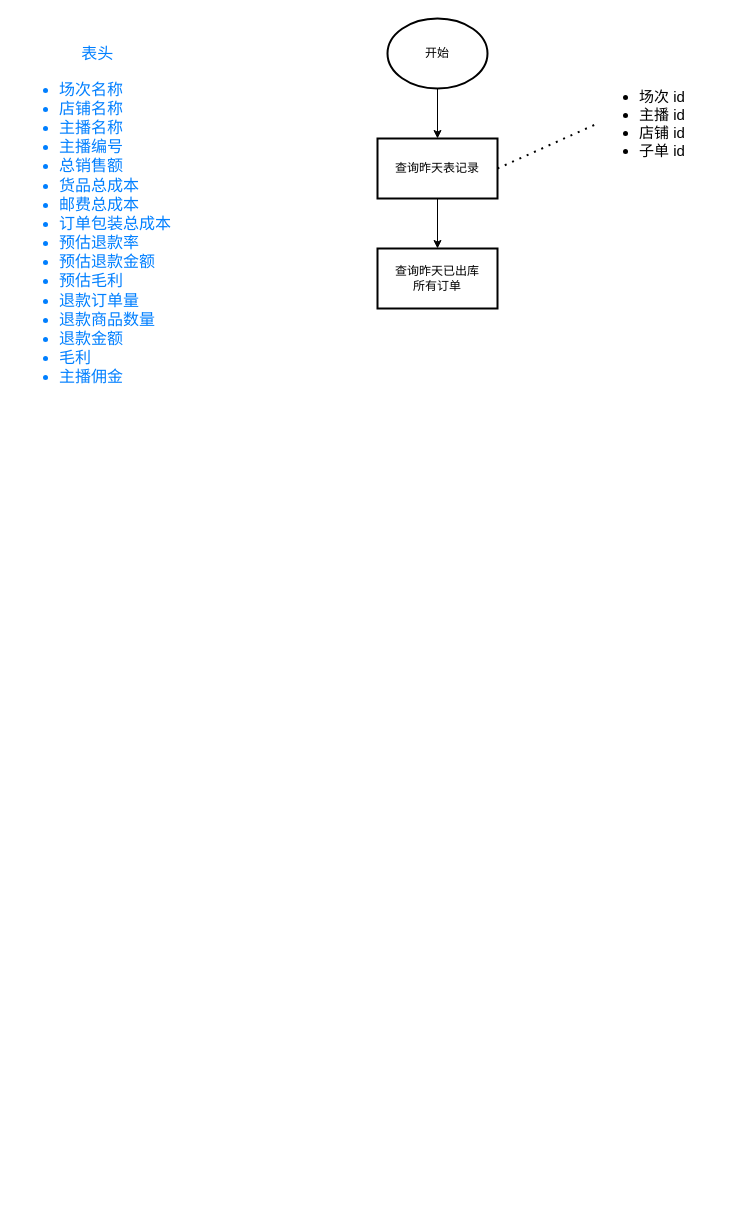
This is 绩效统计.drawio from letmesayok/MdPic, a draw.io file, before an edit. Source tidied: cells renumbered, new cells numbered last; positions are measured from the earlier drawing's top-left corner, leaving out a move shared by most shapes. Both pictures are drawn from the tidied source at 100%, with x=0, y=0 at pixel (17, 18).
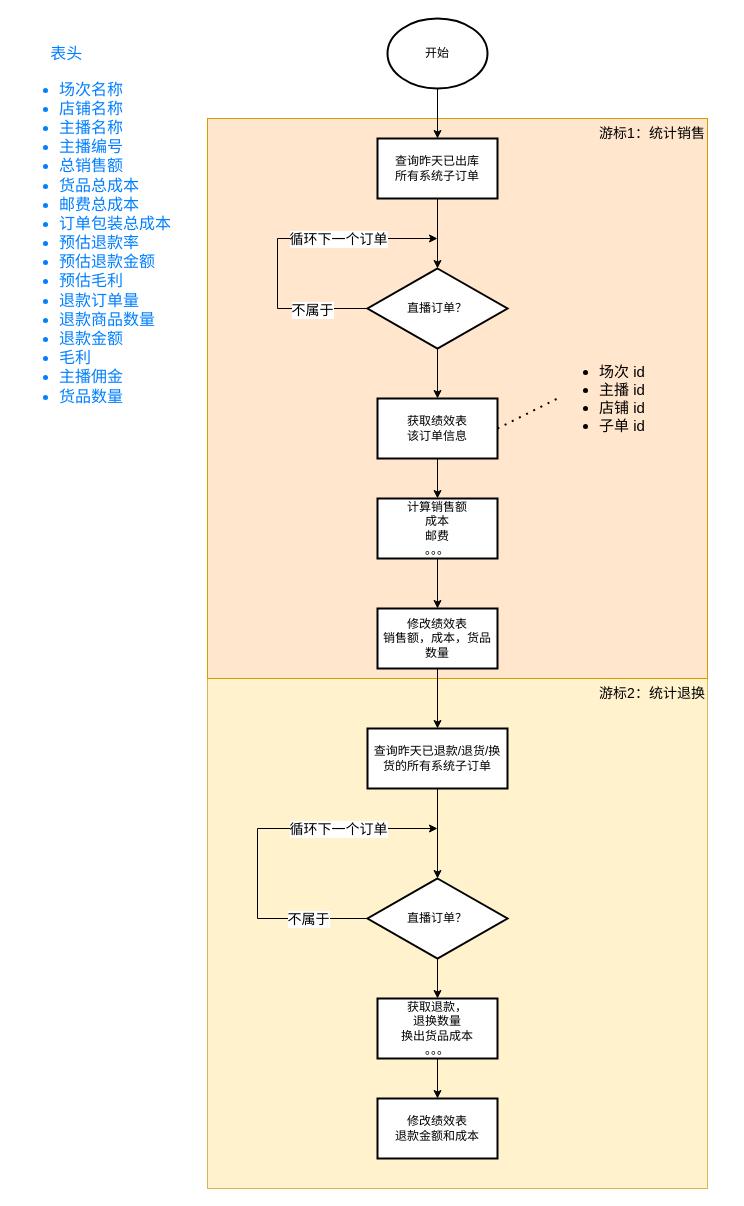
The same diagram, later.

Commit message:
更新绩效统计.drawio

Unchanged cells that the change refers to:
```xml
<mxCell id="3" value="开始" style="strokeWidth=2;html=1;shape=mxgraph.flowchart.start_2;whiteSpace=wrap;" parent="1" vertex="1">
  <mxGeometry x="370" width="100" height="70" as="geometry" />
</mxCell>
```

What changed in the source:
```diff
@@
-    <mxCell id="2" style="edgeStyle=orthogonalEdgeStyle;rounded=0;jettySize=auto;html=1;" parent="1" edge="1" source="3" target="5">
-      <mxGeometry relative="1" as="geometry" />
-    </mxCell>
+    <mxCell id="10" style="whiteSpace=wrap;html=1;labelBackgroundColor=none;fontSize=14;fillColor=#fff2cc;strokeColor=#d6b656;" parent="1" vertex="1">
+      <mxGeometry x="190" y="660" width="500" height="510" as="geometry" />
+    </mxCell>
+    <mxCell id="11" style="whiteSpace=wrap;html=1;labelBackgroundColor=none;fontSize=14;fillColor=#ffe6cc;strokeColor=#d79b00;" parent="1" vertex="1">
+      <mxGeometry x="190" y="100" width="500" height="560" as="geometry" />
+    </mxCell>
+    <mxCell id="12" style="edgeStyle=orthogonalEdgeStyle;rounded=0;jettySize=auto;html=1;fontSize=16;fontColor=#007FFF;" parent="1" edge="1" source="3" target="9">
+      <mxGeometry relative="1" as="geometry" />
+    </mxCell>
@@
-    <mxCell id="4" style="edgeStyle=orthogonalEdgeStyle;rounded=0;jettySize=auto;html=1;fontSize=16;fontColor=#007FFF;" parent="1" edge="1" source="5" target="9">
-      <mxGeometry relative="1" as="geometry" />
-    </mxCell>
-    <mxCell id="5" value="查询昨天表记录" style="whiteSpace=wrap;html=1;strokeWidth=2;" parent="1" vertex="1">
-      <mxGeometry x="360" y="120" width="120" height="60" as="geometry" />
-    </mxCell>
     <mxCell id="6" value="&lt;ul style=&quot;font-size: 15px;&quot;&gt;&lt;li style=&quot;font-size: 15px;&quot;&gt;场次 id&lt;/li&gt;&lt;li style=&quot;font-size: 15px;&quot;&gt;主播 id&lt;/li&gt;&lt;li style=&quot;font-size: 15px;&quot;&gt;店铺 id&lt;/li&gt;&lt;li style=&quot;font-size: 15px;&quot;&gt;子单 id&lt;/li&gt;&lt;/ul&gt;" style="text;strokeColor=none;fillColor=none;html=1;whiteSpace=wrap;verticalAlign=middle;overflow=hidden;fontSize=15;" parent="1" vertex="1">
-      <mxGeometry x="580" y="50" width="130" height="110" as="geometry" />
+      <mxGeometry x="540" y="325" width="130" height="110" as="geometry" />
     </mxCell>
-    <mxCell id="7" style="endArrow=none;dashed=1;html=1;dashPattern=1 3;strokeWidth=2;rounded=0;fontSize=15;entryX=0;entryY=0.5;entryDx=0;entryDy=0;exitX=1;exitY=0.5;exitDx=0;exitDy=0;" parent="1" edge="1" source="5" target="6">
-      <mxGeometry relative="1" as="geometry" />
-    </mxCell>
-    <mxCell id="8" value="&lt;div style=&quot;font-size: 16px&quot;&gt;&lt;span style=&quot;white-space: pre ; font-size: 16px&quot;&gt;&#9;&lt;/span&gt;&lt;span style=&quot;white-space: pre ; font-size: 16px&quot;&gt;&#9;&lt;/span&gt;&lt;/div&gt;&lt;div style=&quot;font-size: 16px&quot;&gt;&lt;span style=&quot;white-space: pre&quot;&gt;&#9;&lt;/span&gt;&amp;nbsp; &amp;nbsp; &amp;nbsp; 表头&lt;/div&gt;&lt;ul style=&quot;font-size: 16px&quot;&gt;&lt;li style=&quot;font-size: 16px&quot;&gt;场次名称&lt;/li&gt;&lt;li style=&quot;font-size: 16px&quot;&gt;店铺名称&lt;/li&gt;&lt;li style=&quot;font-size: 16px&quot;&gt;主播名称&lt;/li&gt;&lt;li style=&quot;font-size: 16px&quot;&gt;主播编号&lt;/li&gt;&lt;li style=&quot;font-size: 16px&quot;&gt;总销售额&lt;/li&gt;&lt;li style=&quot;font-size: 16px&quot;&gt;货品总成本&lt;/li&gt;&lt;li style=&quot;font-size: 16px&quot;&gt;邮费总成本&lt;/li&gt;&lt;li style=&quot;font-size: 16px&quot;&gt;订单包装总成本&lt;/li&gt;&lt;li style=&quot;font-size: 16px&quot;&gt;预估退款率&lt;/li&gt;&lt;li style=&quot;font-size: 16px&quot;&gt;预估退款金额&lt;/li&gt;&lt;li style=&quot;font-size: 16px&quot;&gt;预估毛利&lt;/li&gt;&lt;li style=&quot;font-size: 16px&quot;&gt;退款订单量&lt;/li&gt;&lt;li style=&quot;font-size: 16px&quot;&gt;退款商品数量&lt;/li&gt;&lt;li style=&quot;font-size: 16px&quot;&gt;退款金额&lt;/li&gt;&lt;li style=&quot;font-size: 16px&quot;&gt;毛利&lt;/li&gt;&lt;li style=&quot;font-size: 16px&quot;&gt;主播佣金&lt;/li&gt;&lt;/ul&gt;&lt;div&gt;&lt;br&gt;&lt;/div&gt;" style="text;strokeColor=none;fillColor=none;html=1;whiteSpace=wrap;verticalAlign=middle;overflow=hidden;fontSize=16;fontColor=#007FFF;labelBackgroundColor=default;" parent="1" vertex="1">
+    <mxCell id="8" value="&lt;div style=&quot;font-size: 16px&quot;&gt;&lt;span style=&quot;white-space: pre ; font-size: 16px&quot;&gt; &lt;/span&gt;&lt;span style=&quot;white-space: pre ; font-size: 16px&quot;&gt; &lt;/span&gt;&lt;/div&gt;&lt;div style=&quot;font-size: 16px&quot;&gt;&lt;span style=&quot;white-space: pre&quot;&gt; &lt;/span&gt;&amp;nbsp; &amp;nbsp; &amp;nbsp; 表头&lt;/div&gt;&lt;ul style=&quot;font-size: 16px&quot;&gt;&lt;li style=&quot;font-size: 16px&quot;&gt;场次名称&lt;/li&gt;&lt;li style=&quot;font-size: 16px&quot;&gt;店铺名称&lt;/li&gt;&lt;li style=&quot;font-size: 16px&quot;&gt;主播名称&lt;/li&gt;&lt;li style=&quot;font-size: 16px&quot;&gt;主播编号&lt;/li&gt;&lt;li style=&quot;font-size: 16px&quot;&gt;总销售额&lt;/li&gt;&lt;li style=&quot;font-size: 16px&quot;&gt;货品总成本&lt;/li&gt;&lt;li style=&quot;font-size: 16px&quot;&gt;邮费总成本&lt;/li&gt;&lt;li style=&quot;font-size: 16px&quot;&gt;订单包装总成本&lt;/li&gt;&lt;li style=&quot;font-size: 16px&quot;&gt;预估退款率&lt;/li&gt;&lt;li style=&quot;font-size: 16px&quot;&gt;预估退款金额&lt;/li&gt;&lt;li style=&quot;font-size: 16px&quot;&gt;预估毛利&lt;/li&gt;&lt;li style=&quot;font-size: 16px&quot;&gt;退款订单量&lt;/li&gt;&lt;li style=&quot;font-size: 16px&quot;&gt;退款商品数量&lt;/li&gt;&lt;li style=&quot;font-size: 16px&quot;&gt;退款金额&lt;/li&gt;&lt;li style=&quot;font-size: 16px&quot;&gt;毛利&lt;/li&gt;&lt;li style=&quot;font-size: 16px&quot;&gt;主播佣金&lt;/li&gt;&lt;li style=&quot;font-size: 16px&quot;&gt;货品数量&lt;/li&gt;&lt;/ul&gt;" style="text;strokeColor=none;fillColor=none;html=1;whiteSpace=wrap;verticalAlign=middle;overflow=hidden;fontSize=16;fontColor=#007FFF;labelBackgroundColor=none;" parent="1" vertex="1">
       <mxGeometry width="160" height="410" as="geometry" />
     </mxCell>
+    <mxCell id="13" style="edgeStyle=orthogonalEdgeStyle;rounded=0;jettySize=auto;html=1;fontSize=16;fontColor=#007FFF;" parent="1" edge="1" source="9" target="18">
+      <mxGeometry relative="1" as="geometry" />
+    </mxCell>
-    <mxCell id="9" value="查询昨天已出库&lt;br&gt;所有订单" style="whiteSpace=wrap;html=1;strokeWidth=2;" parent="1" vertex="1">
-      <mxGeometry x="360" y="230" width="120" height="60" as="geometry" />
+    <mxCell id="9" value="查询昨天已出库&lt;br&gt;所有系统子订单" style="whiteSpace=wrap;html=1;strokeWidth=2;" parent="1" vertex="1">
+      <mxGeometry x="360" y="120" width="120" height="60" as="geometry" />
     </mxCell>
+    <mxCell id="14" style="edgeStyle=orthogonalEdgeStyle;rounded=0;jettySize=auto;html=1;fontSize=16;fontColor=#007FFF;" parent="1" edge="1" source="18">
+      <mxGeometry relative="1" as="geometry">
+        <mxPoint x="420" y="220" as="targetPoint" />
+        <Array as="points">
+          <mxPoint x="260" y="290" />
+          <mxPoint x="260" y="220" />
+        </Array>
+      </mxGeometry>
+    </mxCell>
+    <mxCell id="15" value="循环下一个订单" style="edgeLabel;html=1;align=center;verticalAlign=middle;fontSize=14;fontColor=#000000;labelBackgroundColor=default;" parent="14" vertex="1">
+      <mxGeometry x="0.26" y="-3" relative="1" as="geometry">
+        <mxPoint x="18" y="-3" as="offset" />
+      </mxGeometry>
+    </mxCell>
+    <mxCell id="16" value="不属于" style="edgeLabel;html=1;align=center;verticalAlign=middle;fontSize=14;fontColor=#000000;" parent="14" vertex="1">
+      <mxGeometry x="-0.65" y="1" relative="1" as="geometry" />
+    </mxCell>
+    <mxCell id="17" style="edgeStyle=orthogonalEdgeStyle;rounded=0;jettySize=auto;html=1;fontSize=16;fontColor=#007FFF;" parent="1" edge="1" source="18" target="20">
+      <mxGeometry relative="1" as="geometry" />
+    </mxCell>
+    <mxCell id="18" value="直播订单？" style="rhombus;whiteSpace=wrap;html=1;strokeWidth=2;" parent="1" vertex="1">
+      <mxGeometry x="350" y="250" width="140" height="80" as="geometry" />
+    </mxCell>
+    <mxCell id="19" style="edgeStyle=orthogonalEdgeStyle;rounded=0;jettySize=auto;html=1;fontSize=14;fontColor=#000000;" parent="1" edge="1" source="20" target="23">
+      <mxGeometry relative="1" as="geometry" />
+    </mxCell>
+    <mxCell id="20" value="获取绩效表&lt;br&gt;该订单信息" style="whiteSpace=wrap;html=1;strokeWidth=2;" parent="1" vertex="1">
+      <mxGeometry x="360" y="380" width="120" height="60" as="geometry" />
+    </mxCell>
+    <mxCell id="21" style="endArrow=none;dashed=1;html=1;dashPattern=1 3;strokeWidth=2;rounded=0;fontSize=14;fontColor=#000000;entryX=0;entryY=0.5;entryDx=0;entryDy=0;exitX=1;exitY=0.5;exitDx=0;exitDy=0;" parent="1" edge="1" source="20" target="6">
+      <mxGeometry relative="1" as="geometry" />
+    </mxCell>
+    <mxCell id="22" style="edgeStyle=orthogonalEdgeStyle;rounded=0;jettySize=auto;html=1;fontSize=14;fontColor=#000000;" parent="1" edge="1" source="23" target="32">
+      <mxGeometry relative="1" as="geometry" />
+    </mxCell>
+    <mxCell id="23" value="计算销售额&lt;br&gt;成本&lt;br&gt;邮费&lt;br&gt;。。。" style="whiteSpace=wrap;html=1;strokeWidth=2;" parent="1" vertex="1">
+      <mxGeometry x="360" y="480" width="120" height="60" as="geometry" />
+    </mxCell>
+    <mxCell id="24" style="edgeStyle=orthogonalEdgeStyle;rounded=0;jettySize=auto;html=1;fontSize=14;fontColor=#000000;" parent="1" edge="1" source="25" target="30">
+      <mxGeometry relative="1" as="geometry" />
+    </mxCell>
+    <mxCell id="25" value="查询昨天已退款/退货/换货的所有系统子订单" style="whiteSpace=wrap;html=1;strokeWidth=2;" parent="1" vertex="1">
+      <mxGeometry x="350" y="710" width="140" height="60" as="geometry" />
+    </mxCell>
+    <mxCell id="26" style="edgeStyle=orthogonalEdgeStyle;rounded=0;orthogonalLoop=1;jettySize=auto;html=1;fontSize=14;fontColor=#000000;" parent="1" edge="1">
+      <mxGeometry relative="1" as="geometry">
+        <mxPoint x="350" y="900" as="sourcePoint" />
+        <mxPoint x="420" y="810" as="targetPoint" />
+        <Array as="points">
+          <mxPoint x="240" y="900" />
+          <mxPoint x="240" y="810" />
+        </Array>
+      </mxGeometry>
+    </mxCell>
+    <mxCell id="27" value="不属于" style="edgeLabel;html=1;align=center;verticalAlign=middle;fontSize=14;fontColor=#000000;" parent="26" vertex="1">
+      <mxGeometry x="-0.36" y="1" relative="1" as="geometry">
+        <mxPoint x="51" y="12" as="offset" />
+      </mxGeometry>
+    </mxCell>
+    <mxCell id="28" value="循环下一个订单" style="edgeLabel;html=1;align=center;verticalAlign=middle;fontSize=14;fontColor=#000000;" parent="26" vertex="1">
+      <mxGeometry x="0.03" y="3" relative="1" as="geometry">
+        <mxPoint x="83" y="-4" as="offset" />
+      </mxGeometry>
+    </mxCell>
+    <mxCell id="29" style="edgeStyle=orthogonalEdgeStyle;rounded=0;jettySize=auto;html=1;fontSize=14;fontColor=#000000;" parent="1" edge="1" source="30" target="34">
+      <mxGeometry relative="1" as="geometry" />
+    </mxCell>
+    <mxCell id="30" value="直播订单？" style="rhombus;whiteSpace=wrap;html=1;strokeWidth=2;" parent="1" vertex="1">
+      <mxGeometry x="350" y="860" width="140" height="80" as="geometry" />
+    </mxCell>
+    <mxCell id="31" style="edgeStyle=orthogonalEdgeStyle;rounded=0;jettySize=auto;html=1;fontSize=14;fontColor=#000000;" parent="1" edge="1" source="32" target="25">
+      <mxGeometry relative="1" as="geometry" />
+    </mxCell>
+    <mxCell id="32" value="修改绩效表&lt;br&gt;销售额，成本，货品数量" style="whiteSpace=wrap;html=1;strokeWidth=2;" parent="1" vertex="1">
+      <mxGeometry x="360" y="590" width="120" height="60" as="geometry" />
+    </mxCell>
+    <mxCell id="33" style="edgeStyle=orthogonalEdgeStyle;rounded=0;jettySize=auto;html=1;fontSize=14;fontColor=#000000;" parent="1" edge="1" source="34" target="35">
+      <mxGeometry relative="1" as="geometry" />
+    </mxCell>
+    <mxCell id="34" value="获取退款，&lt;br&gt;退换数量&lt;br&gt;换出货品成本&lt;br&gt;。。。" style="whiteSpace=wrap;html=1;strokeWidth=2;" parent="1" vertex="1">
+      <mxGeometry x="360" y="980" width="120" height="60" as="geometry" />
+    </mxCell>
+    <mxCell id="35" value="修改绩效表&lt;br&gt;退款金额和成本" style="whiteSpace=wrap;html=1;strokeWidth=2;" parent="1" vertex="1">
+      <mxGeometry x="360" y="1080" width="120" height="60" as="geometry" />
+    </mxCell>
+    <mxCell id="36" value="游标1：统计销售" style="text;html=1;strokeColor=none;fillColor=none;align=center;verticalAlign=middle;whiteSpace=wrap;rounded=0;labelBackgroundColor=none;fontSize=14;fontColor=#000000;" parent="1" vertex="1">
+      <mxGeometry x="580" y="100" width="110" height="30" as="geometry" />
+    </mxCell>
+    <mxCell id="37" value="游标2：统计退换" style="text;html=1;strokeColor=none;fillColor=none;align=center;verticalAlign=middle;whiteSpace=wrap;rounded=0;labelBackgroundColor=none;fontSize=14;fontColor=#000000;" parent="1" vertex="1">
+      <mxGeometry x="580" y="660" width="110" height="30" as="geometry" />
+    </mxCell>
```
